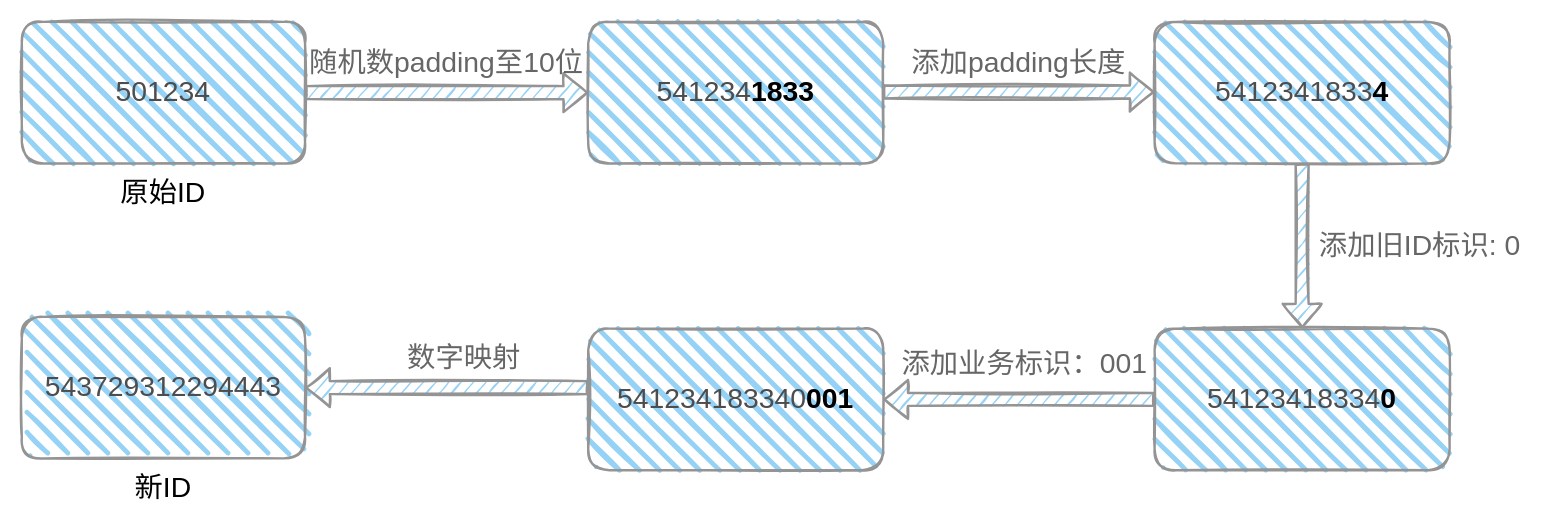
Earlier version of the draw.io diagram pictures/未命名绘图.drawio (dimdark/my-drawio). Source tidied: cells renumbered, new cells numbered last; positions are measured from the earlier drawing's top-left corner, leaving out a move shared by most shapes. Both pictures are drawn from the tidied source at 118%, with x=0, y=0 at pixel (21, 21).
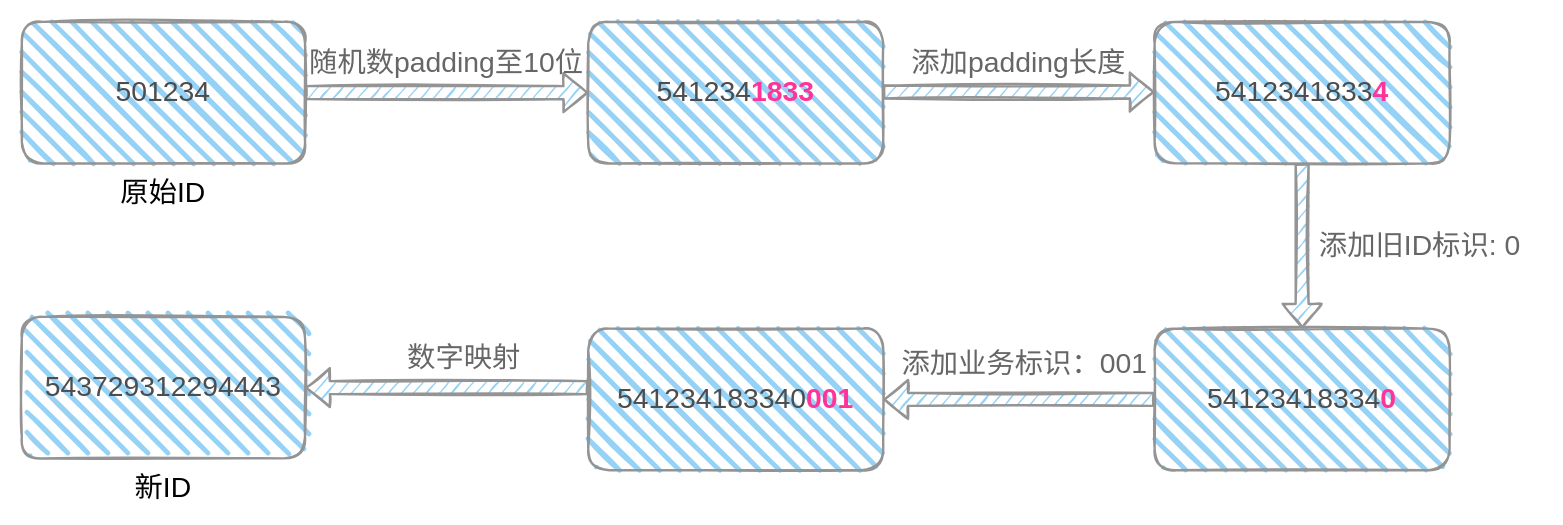
The same page after the edit.

Commit message:
更新未命名绘图.drawio

Change to the diagram source:
```diff
@@
-    <mxCell id="3" value="&lt;font color=&quot;#4d4d4d&quot;&gt;541234&lt;/font&gt;&lt;b style=&quot;&quot;&gt;1833&lt;/b&gt;" style="whiteSpace=wrap;html=1;fontSize=24;fillColor=#95D2F5;strokeColor=#949494;rounded=1;strokeWidth=2;fillWeight=4;hachureGap=12;hachureAngle=45;sketch=1;" parent="1" vertex="1">
+    <mxCell id="3" value="&lt;font color=&quot;#4d4d4d&quot;&gt;541234&lt;/font&gt;&lt;b style=&quot;&quot;&gt;&lt;font color=&quot;#ff3399&quot;&gt;1833&lt;/font&gt;&lt;/b&gt;" style="whiteSpace=wrap;html=1;fontSize=24;fillColor=#95D2F5;strokeColor=#949494;rounded=1;strokeWidth=2;fillWeight=4;hachureGap=12;hachureAngle=45;sketch=1;" parent="1" vertex="1">
       <mxGeometry x="480" width="250" height="120" as="geometry" />
     </mxCell>
@@
-    <mxCell id="6" value="&lt;font color=&quot;#4d4d4d&quot;&gt;5412341833&lt;/font&gt;&lt;b&gt;4&lt;/b&gt;" style="whiteSpace=wrap;html=1;fontSize=24;fillColor=#95D2F5;strokeColor=#949494;rounded=1;strokeWidth=2;fillWeight=4;hachureGap=12;hachureAngle=45;sketch=1;" parent="1" vertex="1">
+    <mxCell id="6" value="&lt;font color=&quot;#4d4d4d&quot;&gt;5412341833&lt;/font&gt;&lt;b&gt;&lt;font color=&quot;#ff3399&quot;&gt;4&lt;/font&gt;&lt;/b&gt;" style="whiteSpace=wrap;html=1;fontSize=24;fillColor=#95D2F5;strokeColor=#949494;rounded=1;strokeWidth=2;fillWeight=4;hachureGap=12;hachureAngle=45;sketch=1;" parent="1" vertex="1">
       <mxGeometry x="960" width="250" height="120" as="geometry" />
     </mxCell>
@@
-    <mxCell id="8" value="&lt;font color=&quot;#4d4d4d&quot;&gt;541234183340&lt;/font&gt;&lt;b&gt;001&lt;/b&gt;" style="whiteSpace=wrap;html=1;fontSize=24;fillColor=#95D2F5;strokeColor=#949494;rounded=1;strokeWidth=2;fillWeight=4;hachureGap=12;hachureAngle=45;sketch=1;" parent="1" vertex="1">
+    <mxCell id="8" value="&lt;font color=&quot;#4d4d4d&quot;&gt;541234183340&lt;/font&gt;&lt;b&gt;&lt;font color=&quot;#ff3399&quot;&gt;001&lt;/font&gt;&lt;/b&gt;" style="whiteSpace=wrap;html=1;fontSize=24;fillColor=#95D2F5;strokeColor=#949494;rounded=1;strokeWidth=2;fillWeight=4;hachureGap=12;hachureAngle=45;sketch=1;" parent="1" vertex="1">
       <mxGeometry x="480" y="260" width="250" height="120" as="geometry" />
     </mxCell>
@@
-    <mxCell id="15" value="&lt;font color=&quot;#4d4d4d&quot;&gt;54123418334&lt;/font&gt;&lt;b&gt;0&lt;/b&gt;" style="whiteSpace=wrap;html=1;fontSize=24;fillColor=#95D2F5;strokeColor=#949494;rounded=1;strokeWidth=2;fillWeight=4;hachureGap=12;hachureAngle=45;sketch=1;" parent="1" vertex="1">
+    <mxCell id="15" value="&lt;font color=&quot;#4d4d4d&quot;&gt;54123418334&lt;/font&gt;&lt;b&gt;&lt;font color=&quot;#ff3399&quot;&gt;0&lt;/font&gt;&lt;/b&gt;" style="whiteSpace=wrap;html=1;fontSize=24;fillColor=#95D2F5;strokeColor=#949494;rounded=1;strokeWidth=2;fillWeight=4;hachureGap=12;hachureAngle=45;sketch=1;" parent="1" vertex="1">
       <mxGeometry x="960" y="260" width="250" height="120" as="geometry" />
     </mxCell>
```
